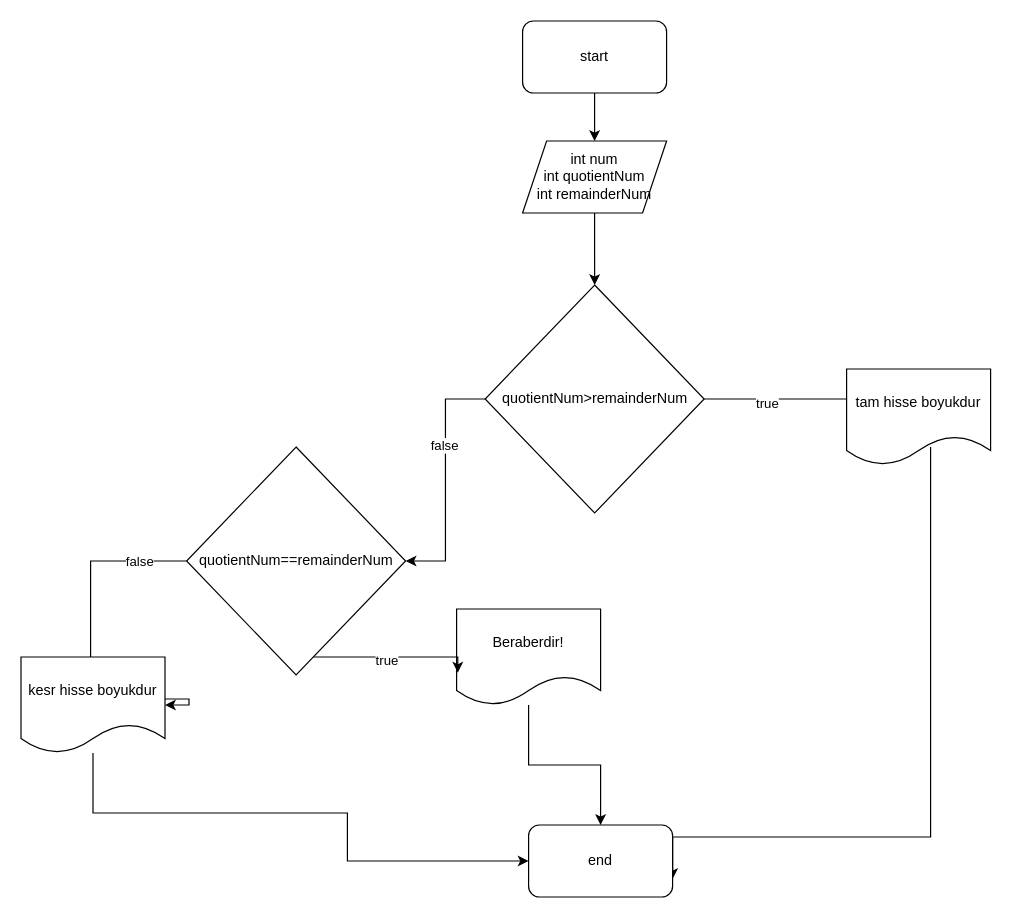
QedirMahmudov/ConditionTasks keeps this draw.io diagram as Untitled Diagram.drawio. Above is the earlier version. Source tidied: cells renumbered, new cells numbered last; positions are measured from the earlier drawing's top-left corner, leaving out a move shared by most shapes. Both pictures are drawn from the tidied source at 120%, with x=0, y=0 at pixel (20, 20).
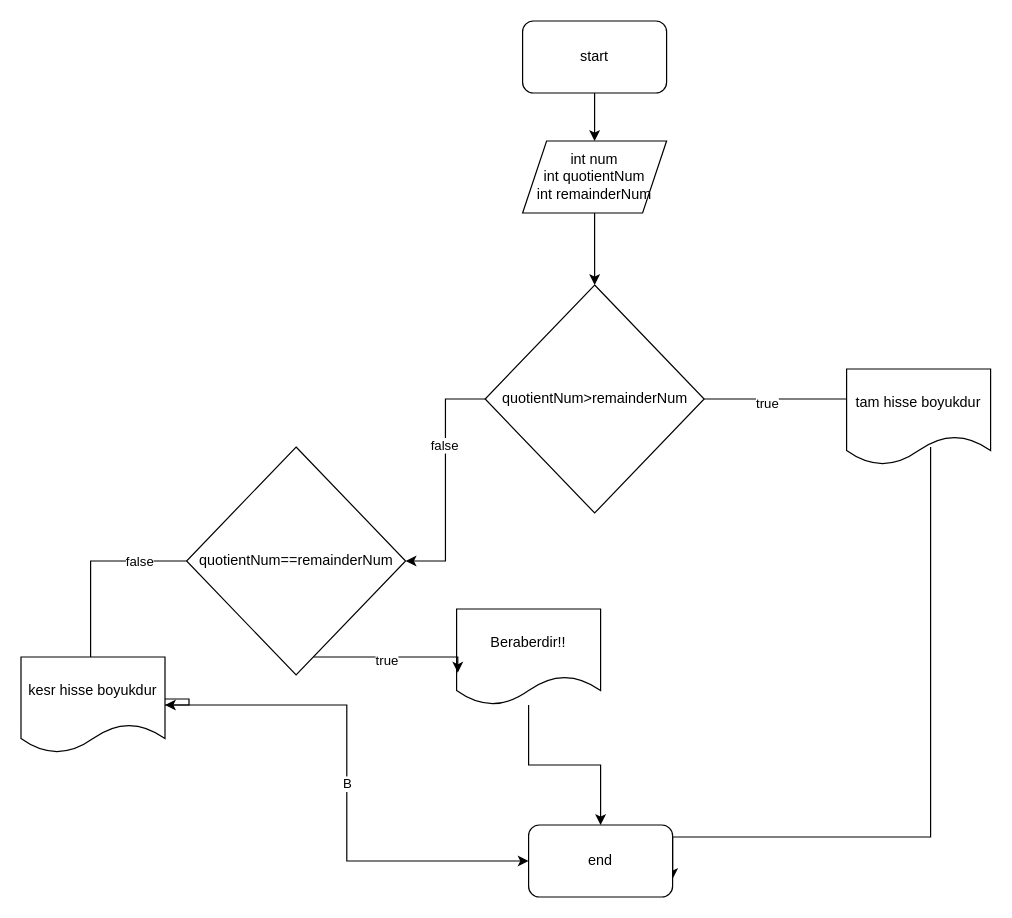
The same diagram, later.

The change refers to these unchanged cells:
```xml
<mxCell id="12" value="end" style="rounded=1;whiteSpace=wrap;html=1;" parent="1" vertex="1">
  <mxGeometry x="423" y="670" width="120" height="60" as="geometry" />
</mxCell>
<mxCell id="22" value="kesr hisse boyukdur" style="shape=document;whiteSpace=wrap;html=1;boundedLbl=1;" parent="1" vertex="1">
  <mxGeometry y="530" width="120" height="80" as="geometry" />
</mxCell>
```

Change to the diagram source:
```diff
@@
-    <mxCell id="16" value="Beraberdir!" style="shape=document;whiteSpace=wrap;html=1;boundedLbl=1;" parent="1" vertex="1">
+    <mxCell id="16" value="Beraberdir!!" style="shape=document;whiteSpace=wrap;html=1;boundedLbl=1;" parent="1" vertex="1">
       <mxGeometry x="363" y="490" width="120" height="80" as="geometry" />
     </mxCell>
@@
-    <mxCell id="21" style="edgeStyle=orthogonalEdgeStyle;rounded=0;jettySize=auto;html=1;entryX=0;entryY=0.5;entryDx=0;entryDy=0;" parent="1" edge="1" source="22" target="12">
-      <mxGeometry relative="1" as="geometry">
-        <Array as="points">
-          <mxPoint x="60" y="660" />
-          <mxPoint x="272" y="660" />
-          <mxPoint x="272" y="700" />
-        </Array>
-      </mxGeometry>
+    <mxCell id="21" value="B" style="edgeStyle=orthogonalEdgeStyle;rounded=0;jettySize=auto;html=1;entryX=0;entryY=0.5;entryDx=0;entryDy=0;" parent="1" edge="1" source="22" target="12">
+      <mxGeometry relative="1" as="geometry" />
     </mxCell>
```
